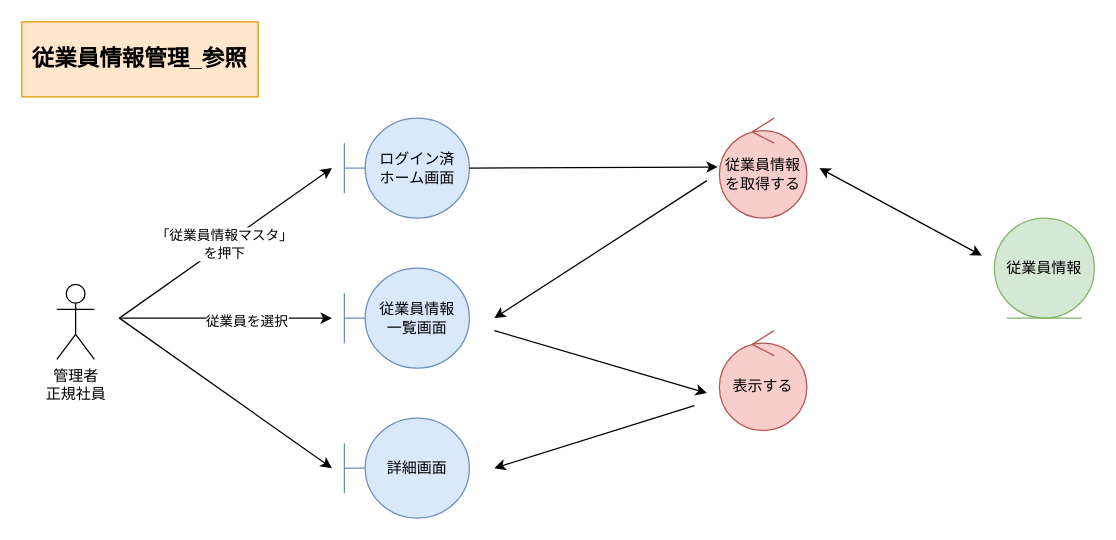
This is page "*従業員情報管理_参照" (2 of 5) of 各種設計書/3ロバストネス図/マスタ管理/F01従業員マスタ.drawio from HaruShim/Sotuken, a draw.io file, before an edit. Source tidied: cells renumbered, new cells numbered last; positions are measured from the earlier drawing's top-left corner, leaving out a move shared by most shapes. Both pictures are drawn from the tidied source at 125%, with x=0, y=0 at pixel (21, 21).
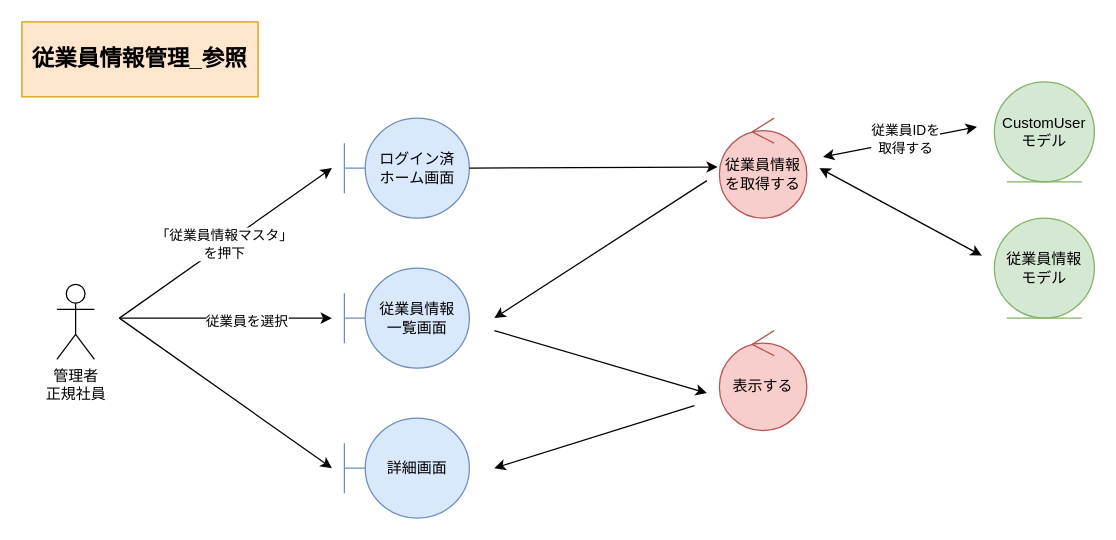
The same page after the edit.

The edit, as a diff of the source:
```diff
@@
-    <mxCell id="5" value="従業員情報" style="ellipse;shape=umlEntity;whiteSpace=wrap;html=1;fillColor=#d5e8d4;strokeColor=#82b366;" parent="1" vertex="1">
+    <mxCell id="5" value="従業員情報&lt;br&gt;モデル" style="ellipse;shape=umlEntity;whiteSpace=wrap;html=1;fillColor=#d5e8d4;strokeColor=#82b366;" parent="1" vertex="1">
       <mxGeometry x="778" y="157" width="80" height="80" as="geometry" />
     </mxCell>
@@
+    <mxCell id="20" value="&lt;div style=&quot;color: rgb(177 , 231 , 177) ; background-color: rgb(0 , 32 , 32) ; font-family: &amp;#34;consolas&amp;#34; , &amp;#34;courier new&amp;#34; , monospace ; font-size: 14px ; line-height: 19px&quot;&gt;&lt;/div&gt;CustomUser&lt;br&gt;モデル" style="ellipse;shape=umlEntity;whiteSpace=wrap;html=1;fillColor=#d5e8d4;strokeColor=#82b366;" parent="1" vertex="1">
+      <mxGeometry x="778" y="48" width="80" height="80" as="geometry" />
+    </mxCell>
+    <mxCell id="21" style="endArrow=classic;html=1;rounded=0;startArrow=classic;startFill=1;" parent="1" edge="1">
+      <mxGeometry relative="1" as="geometry">
+        <mxPoint x="641" y="108" as="sourcePoint" />
+        <mxPoint x="764" y="84" as="targetPoint" />
+      </mxGeometry>
+    </mxCell>
+    <mxCell id="22" value="従業員IDを&lt;br&gt;取得する" style="edgeLabel;html=1;align=center;verticalAlign=middle;" parent="21" vertex="1">
+      <mxGeometry x="0.11" y="1" relative="1" as="geometry">
+        <mxPoint x="-3" as="offset" />
+      </mxGeometry>
+    </mxCell>
```
